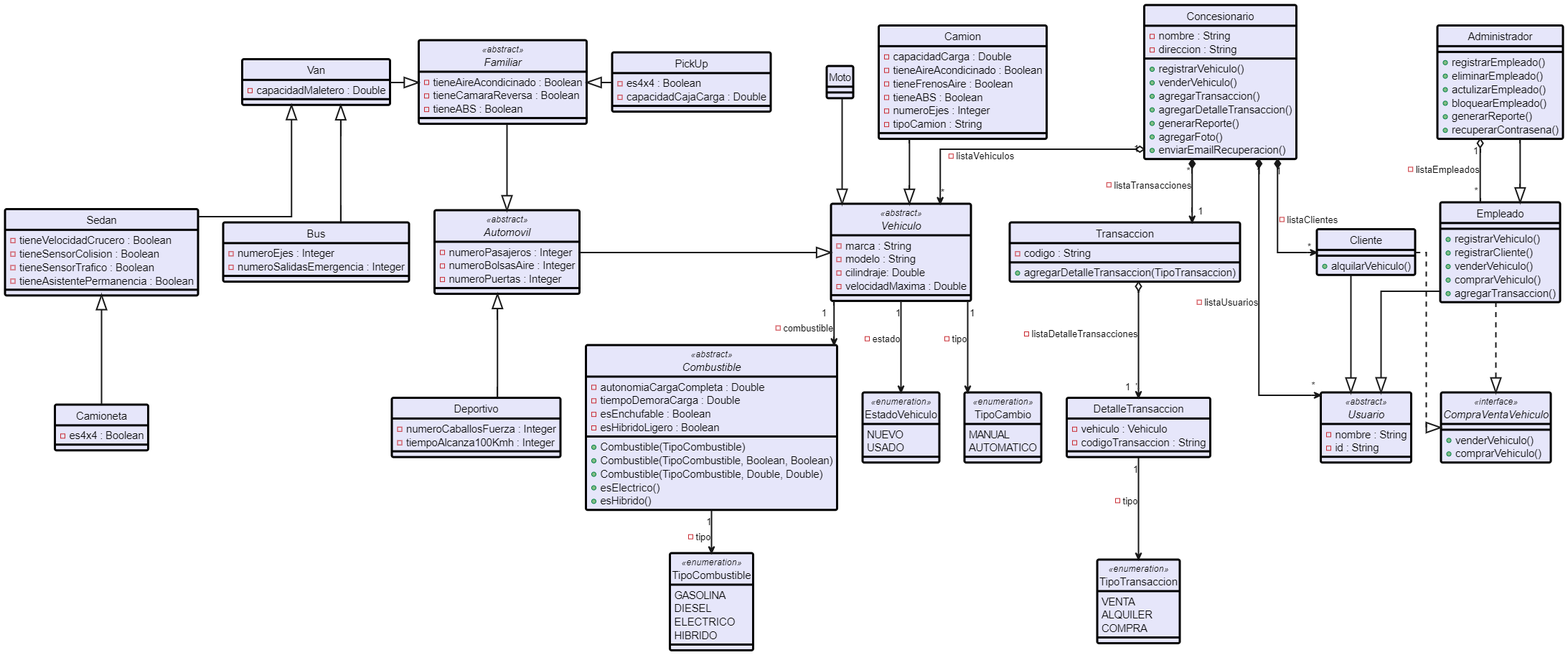
This is model/Diagrama.png from odiador/uq-2023-1-proyecto, a PlantUML export, as it was before one commit. Its source is kept beside it as model/Diagrama.plantuml. Source of this version:
```plantuml
@startuml Hola

skinparam style strictuml
skinparam ArrowThickness 2
skinparam Linetype ortho

skinparam Class {
    FontSize 15
    BorderColor Black
    BackgroundColor Lavender
    BorderThickness 3
}

interface PuedeTenerVehiculo <<interface>> {
    + <i>venderVehiculo(placa: String)
    + <i>comprarVehiculo(vehiculo: Vehiculo)
}
class Concesionario {
    - nombre : String
    - direccion : String

    + registrarVehiculo()
    + venderVehiculo()
    + agregarTransaccion()
    + agregarDetalleTransaccion()
    + generarReporte()
    + agregarFoto()
    + enviarEmailRecuperacion()
}

class Transaccion {
    - codigo : String
    + agregarDetalleTransaccion(TipoTransaccion)
}
enum TipoTransaccion <<enumeration>> {
    VENTA
    ALQUILER
    COMPRA
}
class DetalleTransaccion {
    - vehiculo : Vehiculo
    - codigoTransaccion : String

}


abstract class Usuario  <<abstract>> {
    - nombre : String
    - id : String
}

class Cliente {
    + alquilarVehiculo()
}

class Empleado {
    + registrarVehiculo()
    + registrarCliente()
    + venderVehiculo()
    + comprarVehiculo()
    + agregarTransaccion()
}

class Administrador {
    + registrarEmpleado()
    + eliminarEmpleado()
    + actulizarEmpleado()
    + bloquearEmpleado()
    + generarReporte()
    + recuperarContrasena()

}

abstract class Combustible <<abstract>> {
}

class Gasolina {
}

class Diesel {
}

class Electrico {
    - autonomiaCargaCompleta : Double
    - tiempoDemoraCarga : Double
}
class Hibrido {
    - esEnchufable : Boolean
    - esHibridoLigero : Boolean
}

abstract class Vehiculo <<abstract>> {
    - placa : String
    - marca : String
    - modelo : String
    - cilindraje: Double
    - velocidadMaxima : Double
}

abstract class Automovil <<abstract>> {
    - numeroPasajeros : Integer
    - numeroBolsasAire : Integer
    - numeroPuertas : Integer
}

enum EstadoVehiculo <<enumeration>>{
    NUEVO
    USADO
}

enum TipoCambio <<enumeration>> {
    MANUAL
    AUTOMATICO
}

class Sedan {
    - tieneVelocidadCrucero : Boolean
    - tieneSensorColision : Boolean
    - tieneSensorTrafico : Boolean
    - tieneAsistentePermanencia : Boolean
}

class Deportivo {
    - numeroCaballosFuerza : Integer
    - tiempoAlcanza100Kmh : Integer
}

class Camioneta {
    - es4x4 : Boolean
}

class PickUp {
    - es4x4 : Boolean
    - capacidadCajaCarga : Double
}

abstract class Familiar <<abstract>> {
    - tieneAireAcondicinado : Boolean
    - tieneCamaraReversa : Boolean
    - tieneABS : Boolean
}

class Van {
    - capacidadMaletero : Double
}

class Bus {
    - numeroEjes : Integer
    - numeroSalidasEmergencia : Integer
}

class Camion {
    - capacidadCarga : Double
    - tieneAireAcondicinado : Boolean
    - tieneFrenosAire : Boolean
    - tieneABS : Boolean
    - numeroEjes : Integer
    - tipoCamion : String
}

class Moto {
}

Concesionario "1" *--> "*" Usuario : - listaUsuarios
Concesionario "1" *--> "*" Transaccion : - listaTransacciones
Concesionario "1" *--> "*" Cliente : - listaClientes
Concesionario  "1" o--> "*" Vehiculo : - listaVehiculos
Transaccion  "1  '" o--> "*" DetalleTransaccion : -  listaDetalleTransacciones
DetalleTransaccion "1"--> TipoTransaccion : - tipo
Electrico -up-|> Combustible
Hibrido -up-|> Combustible
Gasolina -up-|> Combustible
Diesel -up-|> Combustible
Vehiculo "1" --> TipoCambio : - tipo
Vehiculo "1" -down-> Combustible : - combustible
Vehiculo "1" --> EstadoVehiculo : - estado

Automovil -right-|> Vehiculo
Moto --|> Vehiculo
Camion -down-|> Vehiculo

Deportivo -up-|> Automovil
Familiar --|> Automovil
Camioneta -up-|> Sedan
PickUp -left-|> Familiar
Van -right-|> Familiar
Bus -up-|> Van
Sedan -up-|> Van

Usuario  "1" o--> "*" Vehiculo : - listaVehiculos
Cliente -down-|> Usuario
Empleado -down-|> Usuario
Administrador -down-|> Empleado
Administrador "1" o-down- "*" Empleado : -listaEmpleados
Concesionario .down.|> PuedeTenerVehiculo
Cliente .down.|> PuedeTenerVehiculo

@enduml
```
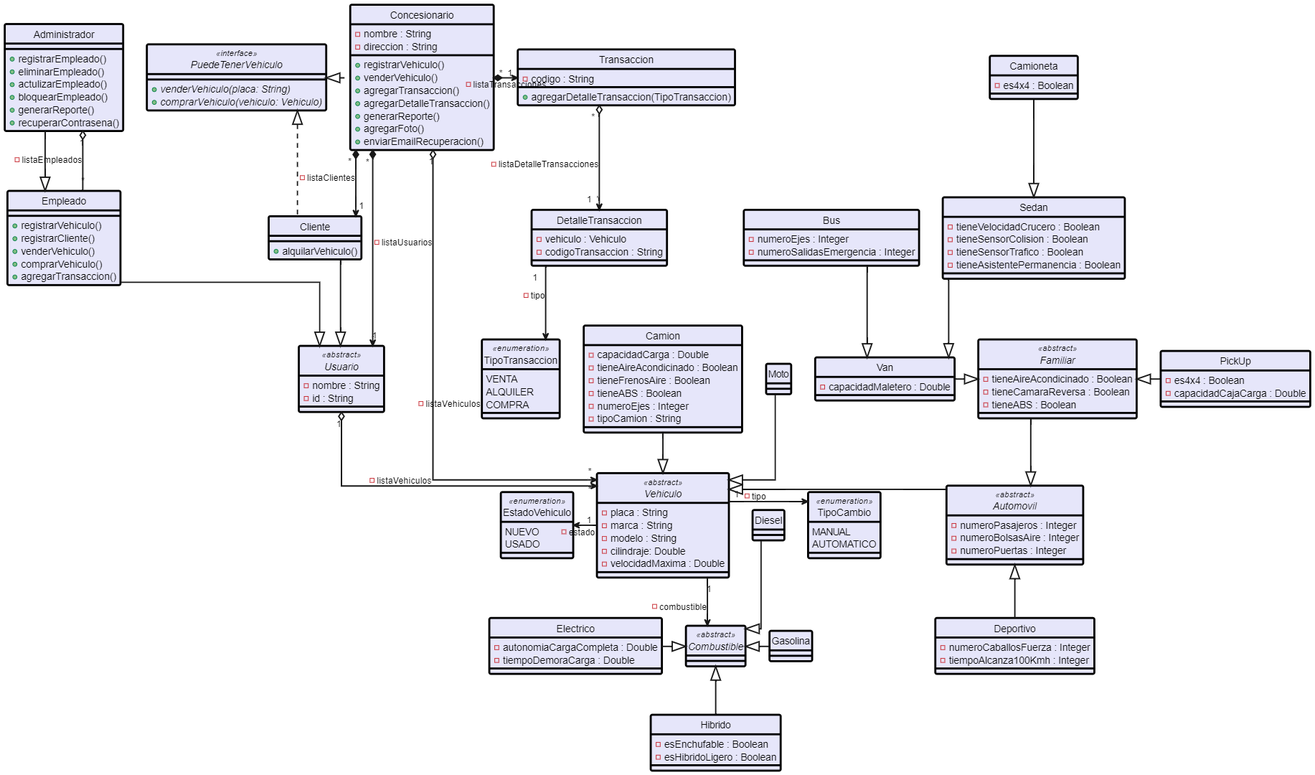
After the commit.

Commit message:
Updated diagram design

What changed in the source:
```diff
@@ -162,37 +162,39 @@
 }
 
 Concesionario "1" *--> "*" Usuario : - listaUsuarios
-Concesionario "1" *--> "*" Transaccion : - listaTransacciones
+Concesionario "1" *-> "*" Transaccion : - listaTransacciones
 Concesionario "1" *--> "*" Cliente : - listaClientes
 Concesionario  "1" o--> "*" Vehiculo : - listaVehiculos
 Transaccion  "1  '" o--> "*" DetalleTransaccion : -  listaDetalleTransacciones
 DetalleTransaccion "1"--> TipoTransaccion : - tipo
-Electrico -up-|> Combustible
+
 Hibrido -up-|> Combustible
-Gasolina -up-|> Combustible
-Diesel -up-|> Combustible
-Vehiculo "1" --> TipoCambio : - tipo
+Gasolina -left-|> Combustible
+Electrico -right-|> Combustible
+Diesel -down-|> Combustible
+
+Vehiculo "1" -right-> TipoCambio : - tipo
 Vehiculo "1" -down-> Combustible : - combustible
-Vehiculo "1" --> EstadoVehiculo : - estado
+Vehiculo "1" -left-> EstadoVehiculo : - estado
 
-Automovil -right-|> Vehiculo
+Automovil -left-|> Vehiculo
 Moto --|> Vehiculo
 Camion -down-|> Vehiculo
 
 Deportivo -up-|> Automovil
-Familiar --|> Automovil
-Camioneta -up-|> Sedan
+Familiar -down-|> Automovil
+Camioneta -down-|> Sedan
 PickUp -left-|> Familiar
 Van -right-|> Familiar
-Bus -up-|> Van
-Sedan -up-|> Van
+Bus -down-|> Van
+Sedan -down-|> Van
 
 Usuario  "1" o--> "*" Vehiculo : - listaVehiculos
+Administrador "1" o-down- "*" Empleado : -listaEmpleados
 Cliente -down-|> Usuario
 Empleado -down-|> Usuario
 Administrador -down-|> Empleado
-Administrador "1" o-down- "*" Empleado : -listaEmpleados
-Concesionario .down.|> PuedeTenerVehiculo
-Cliente .down.|> PuedeTenerVehiculo
+Concesionario .left.|> PuedeTenerVehiculo
+Cliente .left.|> PuedeTenerVehiculo
 
 @enduml
```
